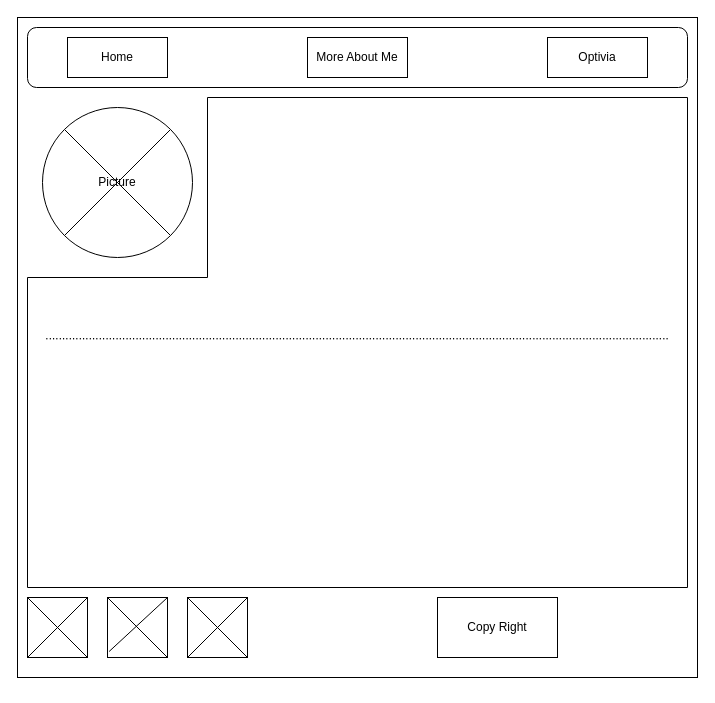
Above: personal_site/images/aboutme_page.drawio in tre23014/wdd131 (draw.io), before the change. Source tidied: cells renumbered, new cells numbered last; positions are measured from the earlier drawing's top-left corner, leaving out a move shared by most shapes. Both pictures are drawn from the tidied source at 100%, with x=0, y=0 at pixel (17, 17).
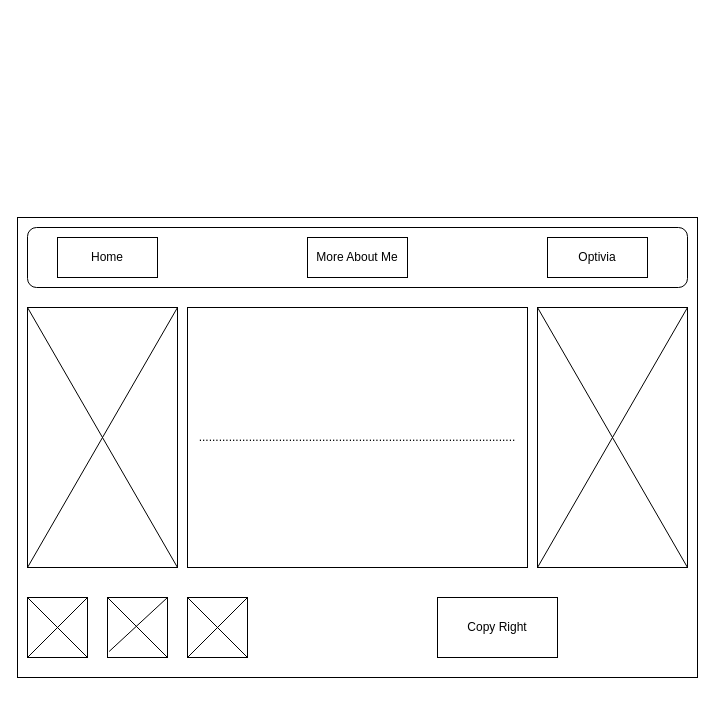
Above is the later version.

Diff of the diagram source:
```diff
@@
     <mxCell id="2" style="rounded=0;whiteSpace=wrap;html=1;" parent="1" vertex="1">
-      <mxGeometry width="680" height="660" as="geometry" />
+      <mxGeometry y="200" width="680" height="460" as="geometry" />
     </mxCell>
     <mxCell id="3" style="rounded=1;whiteSpace=wrap;html=1;" parent="1" vertex="1">
-      <mxGeometry x="10" y="10" width="660" height="60" as="geometry" />
+      <mxGeometry x="10" y="210" width="660" height="60" as="geometry" />
     </mxCell>
     <mxCell id="4" value="Optivia" style="rounded=0;whiteSpace=wrap;html=1;" parent="1" vertex="1">
-      <mxGeometry x="530" y="20" width="100" height="40" as="geometry" />
+      <mxGeometry x="530" y="220" width="100" height="40" as="geometry" />
     </mxCell>
     <mxCell id="5" value="More About Me" style="rounded=0;whiteSpace=wrap;html=1;" parent="1" vertex="1">
-      <mxGeometry x="290" y="20" width="100" height="40" as="geometry" />
+      <mxGeometry x="290" y="220" width="100" height="40" as="geometry" />
     </mxCell>
     <mxCell id="6" value="Home" style="rounded=0;whiteSpace=wrap;html=1;" parent="1" vertex="1">
-      <mxGeometry x="50" y="20" width="100" height="40" as="geometry" />
+      <mxGeometry x="40" y="220" width="100" height="40" as="geometry" />
     </mxCell>
-    <mxCell id="7" value="Picture" style="ellipse;whiteSpace=wrap;html=1;" parent="1" vertex="1">
-      <mxGeometry x="25" y="90" width="150" height="150" as="geometry" />
-    </mxCell>
-    <mxCell id="8" style="endArrow=none;html=1;rounded=0;entryX=1;entryY=0;entryDx=0;entryDy=0;exitX=0;exitY=1;exitDx=0;exitDy=0;" parent="1" edge="1" source="7" target="7">
-      <mxGeometry relative="1" as="geometry" />
-    </mxCell>
-    <mxCell id="9" style="endArrow=none;html=1;rounded=0;entryX=0;entryY=0;entryDx=0;entryDy=0;exitX=1;exitY=1;exitDx=0;exitDy=0;" parent="1" edge="1" source="7" target="7">
-      <mxGeometry relative="1" as="geometry" />
-    </mxCell>
-    <mxCell id="10" value="..........................................................................................................................................................................................." style="shape=corner;whiteSpace=wrap;html=1;rotation=-180;dx=480;dy=310;" parent="1" vertex="1">
-      <mxGeometry x="10" y="80" width="660" height="490" as="geometry" />
-    </mxCell>
@@
+    <mxCell id="22" style="rounded=0;whiteSpace=wrap;html=1;" parent="1" vertex="1">
+      <mxGeometry x="10" y="290" width="150" height="260" as="geometry" />
+    </mxCell>
+    <mxCell id="9" style="endArrow=none;html=1;rounded=0;entryX=0;entryY=0;entryDx=0;entryDy=0;exitX=1;exitY=1;exitDx=0;exitDy=0;" parent="1" edge="1" source="22" target="22">
+      <mxGeometry relative="1" as="geometry" />
+    </mxCell>
+    <mxCell id="8" style="endArrow=none;html=1;rounded=0;entryX=1;entryY=0;entryDx=0;entryDy=0;exitX=0;exitY=1;exitDx=0;exitDy=0;" parent="1" edge="1" source="22" target="22">
+      <mxGeometry relative="1" as="geometry" />
+    </mxCell>
+    <mxCell id="23" value="..............................................................................................." style="rounded=0;whiteSpace=wrap;html=1;" parent="1" vertex="1">
+      <mxGeometry x="170" y="290" width="340" height="260" as="geometry" />
+    </mxCell>
+    <mxCell id="24" style="rounded=0;whiteSpace=wrap;html=1;" parent="1" vertex="1">
+      <mxGeometry x="520" y="290" width="150" height="260" as="geometry" />
+    </mxCell>
+    <mxCell id="25" style="endArrow=none;html=1;rounded=0;entryX=0;entryY=0;entryDx=0;entryDy=0;exitX=1;exitY=1;exitDx=0;exitDy=0;" parent="1" edge="1">
+      <mxGeometry relative="1" as="geometry">
+        <mxPoint x="670" y="550" as="sourcePoint" />
+        <mxPoint x="520" y="290" as="targetPoint" />
+      </mxGeometry>
+    </mxCell>
+    <mxCell id="26" style="endArrow=none;html=1;rounded=0;entryX=1;entryY=0;entryDx=0;entryDy=0;exitX=0;exitY=1;exitDx=0;exitDy=0;" parent="1" edge="1">
+      <mxGeometry relative="1" as="geometry">
+        <mxPoint x="520" y="550" as="sourcePoint" />
+        <mxPoint x="670" y="290" as="targetPoint" />
+      </mxGeometry>
+    </mxCell>
```
